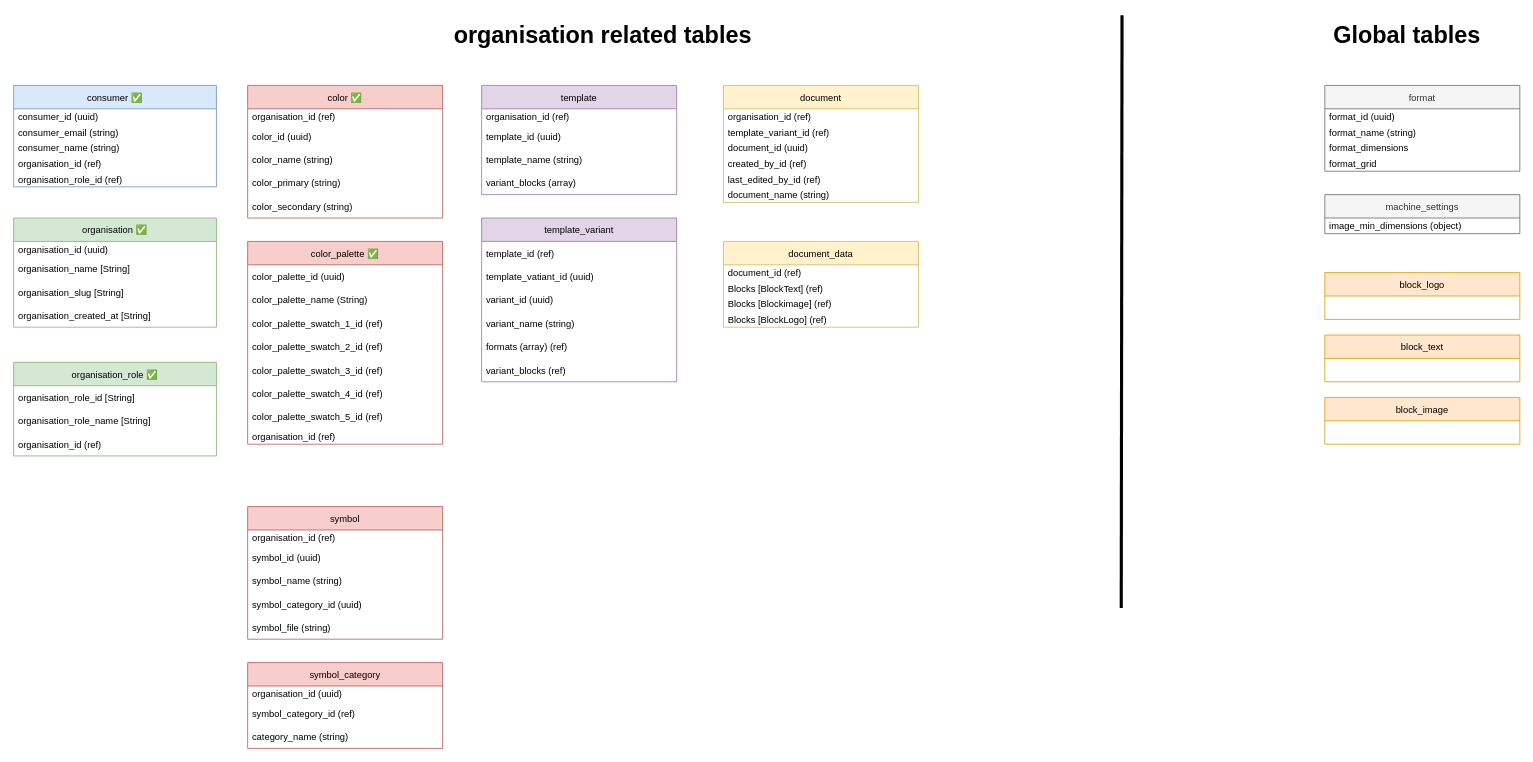
Before: page "Page-2" (2 of 2) of root/DesignmaskinCurrent2.drawio in dreamyguy/drawio, a draw.io diagram. Source tidied: cells renumbered, new cells numbered last; positions are measured from the earlier drawing's top-left corner, leaving out a move shared by most shapes. Both pictures are drawn from the tidied source at 78%, with x=0, y=0 at pixel (13, 15).
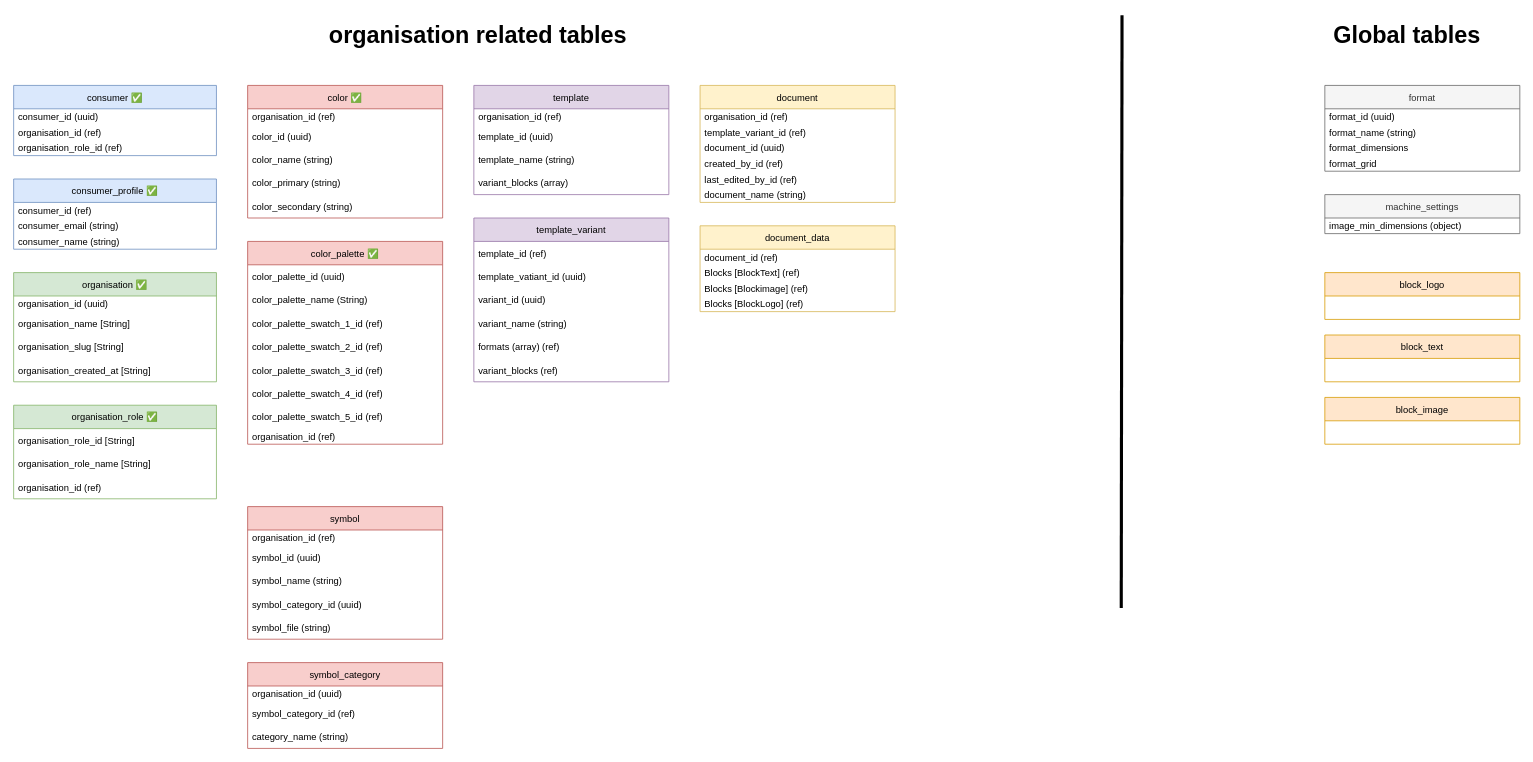
After the change.

The edit, as a diff of the source:
```diff
@@
     <mxCell id="2" value="consumer ✅" style="swimlane;fontStyle=0;horizontal=1;startSize=30;fillColor=#dae8fc;strokeColor=#6c8ebf;" parent="1" vertex="1">
-      <mxGeometry y="90" width="260" height="130" as="geometry" />
+      <mxGeometry y="90" width="260" height="90" as="geometry" />
     </mxCell>
@@
-    <mxCell id="4" value="consumer_email (string)" style="text;strokeColor=none;fillColor=none;align=left;verticalAlign=middle;spacingLeft=4;spacingRight=4;overflow=hidden;" parent="2" vertex="1">
-      <mxGeometry y="50" width="260" height="20" as="geometry" />
-    </mxCell>
-    <mxCell id="5" value="consumer_name (string)" style="text;strokeColor=none;fillColor=none;align=left;verticalAlign=middle;spacingLeft=4;spacingRight=4;overflow=hidden;spacing=2;" parent="2" vertex="1">
-      <mxGeometry y="70" width="260" height="20" as="geometry" />
-    </mxCell>
     <mxCell id="6" value="organisation_id (ref)" style="text;strokeColor=none;fillColor=none;align=left;verticalAlign=middle;spacingLeft=4;spacingRight=4;overflow=hidden;spacing=2;" parent="2" vertex="1">
-      <mxGeometry y="90" width="260" height="20" as="geometry" />
+      <mxGeometry y="50" width="260" height="20" as="geometry" />
     </mxCell>
     <mxCell id="7" value="organisation_role_id (ref)" style="text;strokeColor=none;fillColor=none;align=left;verticalAlign=middle;spacingLeft=4;spacingRight=4;overflow=hidden;spacing=2;" parent="2" vertex="1">
-      <mxGeometry y="110" width="260" height="20" as="geometry" />
+      <mxGeometry y="70" width="260" height="20" as="geometry" />
     </mxCell>
     <mxCell id="8" value="document_data" style="swimlane;fontStyle=0;horizontal=1;startSize=30;fillColor=#fff2cc;strokeColor=#d6b656;" parent="1" vertex="1">
-      <mxGeometry x="910" y="290" width="250" height="110" as="geometry" />
+      <mxGeometry x="880" y="270" width="250" height="110" as="geometry" />
     </mxCell>
@@
     <mxCell id="13" value="document" style="swimlane;fontStyle=0;horizontal=1;startSize=30;fillColor=#fff2cc;strokeColor=#d6b656;" parent="1" vertex="1">
-      <mxGeometry x="910" y="90" width="250" height="150" as="geometry" />
+      <mxGeometry x="880" y="90" width="250" height="150" as="geometry" />
     </mxCell>
@@
     <mxCell id="20" value="organisation ✅" style="swimlane;fontStyle=0;horizontal=1;startSize=30;fillColor=#d5e8d4;strokeColor=#82b366;" parent="1" vertex="1">
-      <mxGeometry y="260" width="260" height="140" as="geometry" />
+      <mxGeometry y="330" width="260" height="140" as="geometry" />
     </mxCell>
@@
     <mxCell id="41" value="template" style="swimlane;fontStyle=0;horizontal=1;startSize=30;fillColor=#e1d5e7;strokeColor=#9673a6;" parent="1" vertex="1">
-      <mxGeometry x="600" y="90" width="250" height="140" as="geometry" />
+      <mxGeometry x="590" y="90" width="250" height="140" as="geometry" />
     </mxCell>
@@
     <mxCell id="46" value="template_variant" style="swimlane;fontStyle=0;horizontal=1;startSize=30;fillColor=#e1d5e7;strokeColor=#9673a6;" parent="1" vertex="1">
-      <mxGeometry x="600" y="260" width="250" height="210" as="geometry" />
+      <mxGeometry x="590" y="260" width="250" height="210" as="geometry" />
     </mxCell>
@@
     <mxCell id="60" value="organisation related tables" style="text;html=1;align=center;verticalAlign=middle;strokeColor=none;fillColor=none;fontColor=default;fontSize=30;fontStyle=1;" parent="1" vertex="1">
-      <mxGeometry x="550" width="410" height="50" as="geometry" />
+      <mxGeometry x="390" width="410" height="50" as="geometry" />
     </mxCell>
@@
     <mxCell id="75" value="organisation_role ✅" style="swimlane;fontStyle=0;horizontal=1;startSize=30;fillColor=#d5e8d4;strokeColor=#82b366;" parent="1" vertex="1">
-      <mxGeometry y="445" width="260" height="120" as="geometry" />
+      <mxGeometry y="500" width="260" height="120" as="geometry" />
     </mxCell>
@@
+    <mxCell id="79" value="consumer_profile ✅" style="swimlane;fontStyle=0;horizontal=1;startSize=30;fillColor=#dae8fc;strokeColor=#6c8ebf;" parent="1" vertex="1">
+      <mxGeometry y="210" width="260" height="90" as="geometry" />
+    </mxCell>
+    <mxCell id="80" value="consumer_id (ref)" style="text;strokeColor=none;fillColor=none;align=left;verticalAlign=middle;spacingLeft=4;spacingRight=4;overflow=hidden;spacing=2;" parent="79" vertex="1">
+      <mxGeometry y="30" width="260" height="20" as="geometry" />
+    </mxCell>
+    <mxCell id="4" value="consumer_email (string)" style="text;strokeColor=none;fillColor=none;align=left;verticalAlign=middle;spacingLeft=4;spacingRight=4;overflow=hidden;" parent="79" vertex="1">
+      <mxGeometry y="50" width="260" height="20" as="geometry" />
+    </mxCell>
+    <mxCell id="5" value="consumer_name (string)" style="text;strokeColor=none;fillColor=none;align=left;verticalAlign=middle;spacingLeft=4;spacingRight=4;overflow=hidden;spacing=2;" parent="79" vertex="1">
+      <mxGeometry y="70" width="260" height="20" as="geometry" />
+    </mxCell>
```
